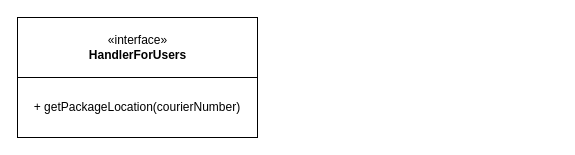
abuwho/S22-Software-Systems-Analysis-and-Design keeps this draw.io diagram as team42.drawio. Above is the earlier version. Source tidied: cells renumbered, new cells numbered last; positions are measured from the earlier drawing's top-left corner, leaving out a move shared by most shapes. Both pictures are drawn from the tidied source at 100%, with x=0, y=0 at pixel (17, 17).
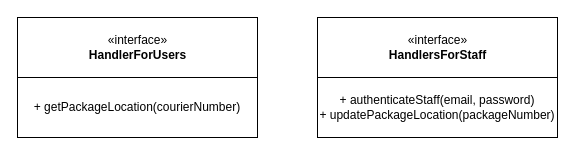
The same diagram, later.

The edit, as a diff of the source:
```diff
@@
 <mxGraphModel>
   <root>
     <mxCell id="0" />
     <mxCell id="1" parent="0" />
     <mxCell id="2" style="group;" parent="1" vertex="1">
       <mxGeometry width="240" height="120" as="geometry" />
     </mxCell>
     <mxCell id="3" value="«interface»&lt;br&gt;&lt;b&gt;HandlerForUsers&lt;/b&gt;" style="html=1;" parent="2" vertex="1">
       <mxGeometry width="240" height="60" as="geometry" />
     </mxCell>
     <mxCell id="4" value="+ getPackageLocation(courierNumber)" style="rounded=0;whiteSpace=wrap;html=1;" parent="2" vertex="1">
       <mxGeometry y="60" width="240" height="60" as="geometry" />
     </mxCell>
+    <mxCell id="5" style="group;" parent="1" vertex="1">
+      <mxGeometry x="300" width="240" height="120" as="geometry" />
+    </mxCell>
+    <mxCell id="6" value="«interface»&lt;br&gt;&lt;b&gt;HandlersForStaff&lt;/b&gt;" style="html=1;" parent="5" vertex="1">
+      <mxGeometry width="240" height="60" as="geometry" />
+    </mxCell>
+    <mxCell id="7" value="+ authenticateStaff(email, password)&lt;br&gt;+ updatePackageLocation(packageNumber)" style="rounded=0;whiteSpace=wrap;html=1;" parent="5" vertex="1">
+      <mxGeometry y="60" width="240" height="60" as="geometry" />
+    </mxCell>
   </root>
 </mxGraphModel>
```
